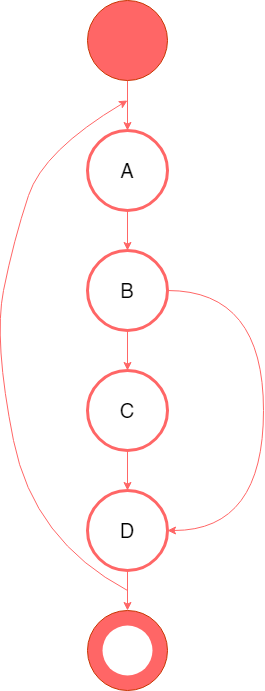
Earlier version of the draw.io export Graaf_Code.png (B1naryB0ys/SOA3_Bioscoop). Source tidied: cells renumbered, new cells last; positions are measured from the earlier drawing's top-left corner, leaving out a move shared by most shapes.
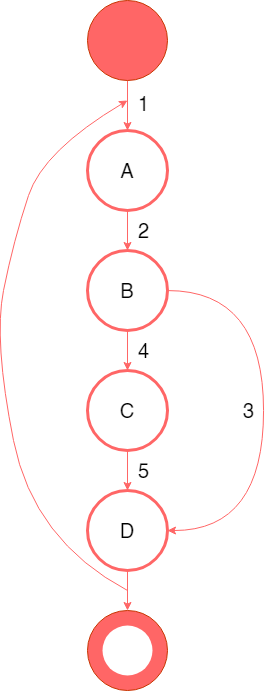
After the change.

The edit, as a diff of the source:
```diff
@@ -58,5 +58,20 @@
         </Array>
       </mxGeometry>
     </mxCell>
+    <mxCell id="16" value="&lt;font style=&quot;font-size: 20px;&quot;&gt;1&lt;/font&gt;" style="text;html=1;align=center;verticalAlign=middle;strokeColor=none;fillColor=none;" parent="1" vertex="1">
+      <mxGeometry x="135" y="83" width="30" height="40" as="geometry" />
+    </mxCell>
+    <mxCell id="17" value="&lt;font style=&quot;font-size: 20px;&quot;&gt;2&lt;/font&gt;" style="text;html=1;align=center;verticalAlign=middle;strokeColor=none;fillColor=none;" parent="1" vertex="1">
+      <mxGeometry x="135" y="210" width="30" height="40" as="geometry" />
+    </mxCell>
+    <mxCell id="18" value="&lt;font style=&quot;font-size: 20px;&quot;&gt;3&lt;/font&gt;" style="text;html=1;align=center;verticalAlign=middle;strokeColor=none;fillColor=none;" parent="1" vertex="1">
+      <mxGeometry x="240" y="390" width="30" height="40" as="geometry" />
+    </mxCell>
+    <mxCell id="19" value="&lt;font style=&quot;font-size: 20px;&quot;&gt;4&lt;/font&gt;" style="text;html=1;align=center;verticalAlign=middle;strokeColor=none;fillColor=none;" parent="1" vertex="1">
+      <mxGeometry x="135" y="330" width="30" height="40" as="geometry" />
+    </mxCell>
+    <mxCell id="20" value="&lt;font style=&quot;font-size: 20px;&quot;&gt;5&lt;/font&gt;" style="text;html=1;align=center;verticalAlign=middle;strokeColor=none;fillColor=none;" parent="1" vertex="1">
+      <mxGeometry x="135" y="450" width="30" height="40" as="geometry" />
+    </mxCell>
   </root>
 </mxGraphModel>
```
